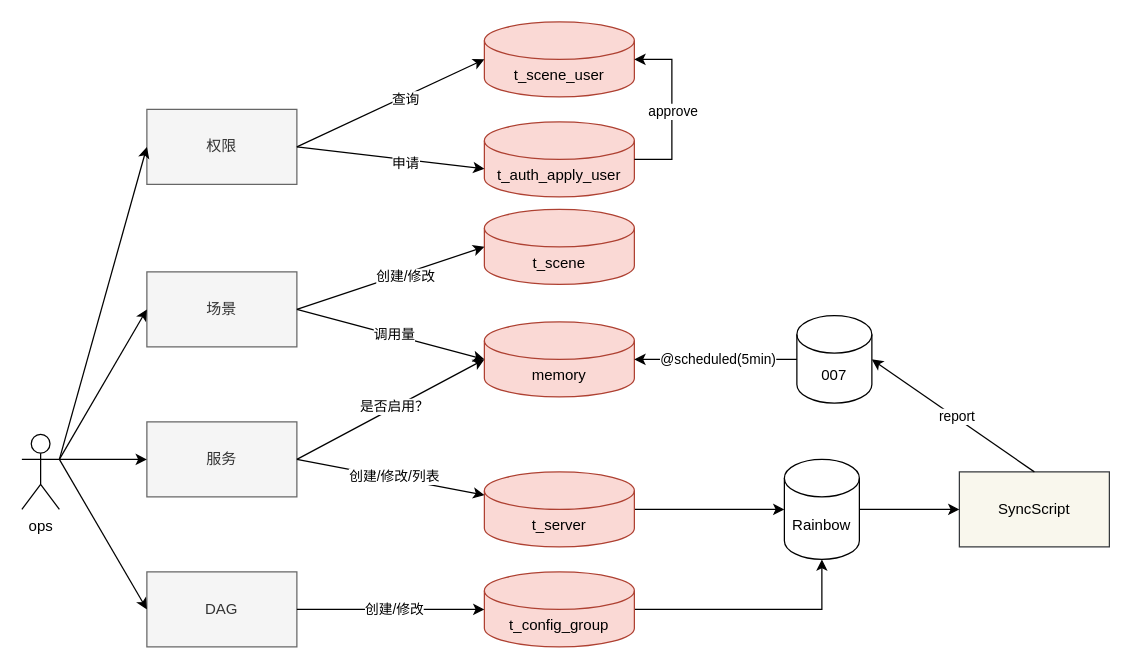
Above: trs_ops_flow.drawio in learn2Pro/draw_io_save (draw.io), before the change. Source tidied: cells renumbered, new cells numbered last; positions are measured from the earlier drawing's top-left corner, leaving out a move shared by most shapes. Both pictures are drawn from the tidied source at 125%, with x=0, y=0 at pixel (21, 21).
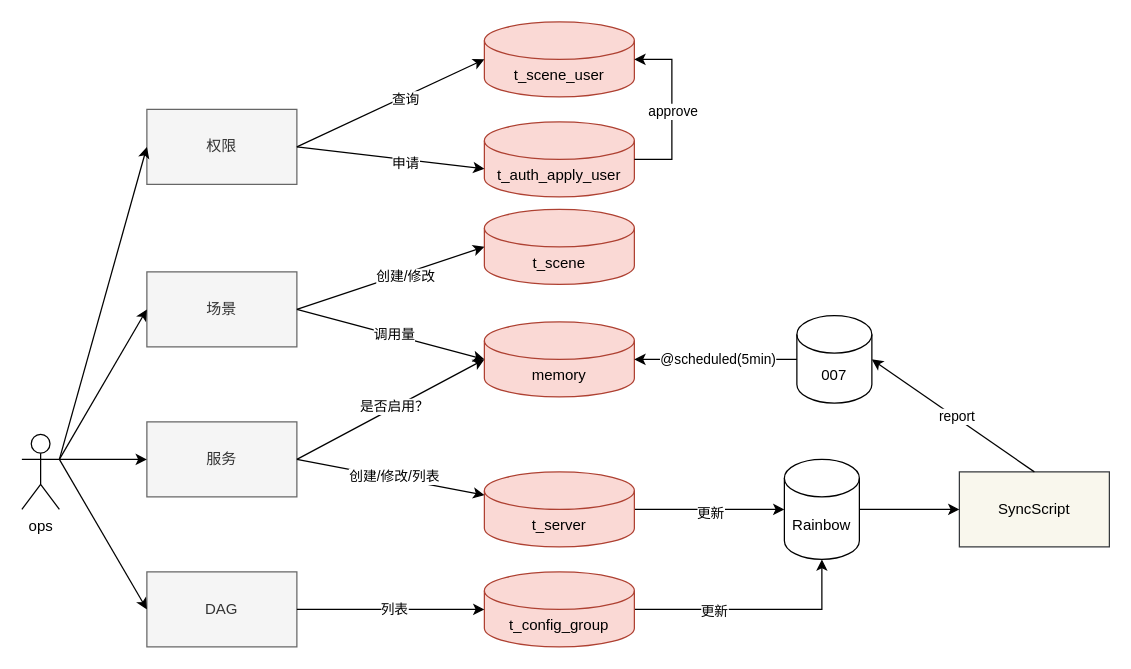
The same diagram, later.

Unchanged cells that the change refers to:
```xml
<mxCell id="18" style="edgeStyle=orthogonalEdgeStyle;rounded=0;jettySize=auto;html=1;" parent="1" edge="1" source="19" target="26">
  <mxGeometry relative="1" as="geometry" />
</mxCell>
<mxCell id="20" style="edgeStyle=orthogonalEdgeStyle;rounded=0;jettySize=auto;html=1;" parent="1" edge="1" source="21" target="26">
  <mxGeometry relative="1" as="geometry" />
</mxCell>
<mxCell id="29" style="endArrow=classic;html=1;rounded=0;exitX=1;exitY=0.5;exitDx=0;exitDy=0;entryX=0;entryY=0.5;entryDx=0;entryDy=0;entryPerimeter=0;" parent="1" edge="1" source="5" target="21">
  <mxGeometry relative="1" as="geometry" />
</mxCell>
```

Change to the diagram source:
```diff
@@
+    <mxCell id="43" value="更新" style="edgeLabel;html=1;align=center;verticalAlign=middle;" parent="18" vertex="1">
+      <mxGeometry y="-2" relative="1" as="geometry" />
+    </mxCell>
@@
+    <mxCell id="44" value="更新" style="edgeLabel;html=1;align=center;verticalAlign=middle;" parent="20" vertex="1">
+      <mxGeometry x="-0.34" y="-1" relative="1" as="geometry" />
+    </mxCell>
@@
-    <mxCell id="30" value="创建/修改" style="edgeLabel;html=1;align=center;verticalAlign=middle;" parent="29" vertex="1">
+    <mxCell id="30" value="列表" style="edgeLabel;html=1;align=center;verticalAlign=middle;" parent="29" vertex="1">
       <mxGeometry x="0.03" y="1" relative="1" as="geometry" />
     </mxCell>
```
